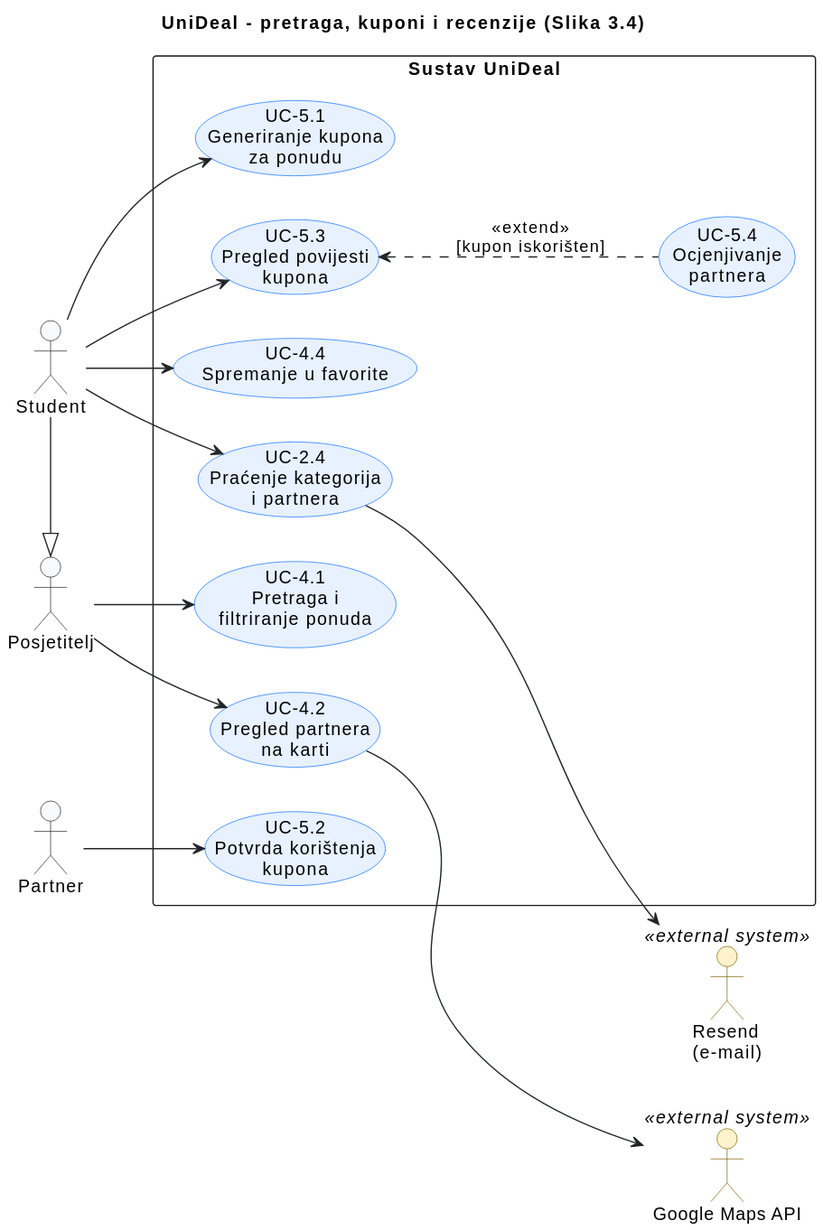
Before: docs/assets/diagrams/3-1-unideal-student-UC.svg, a diagram exported from PlantUML (matejban/UniDeal). Its diagram source:
```plantuml
@startuml
title UniDeal - pretraga, kuponi i recenzije (Slika 3.4)
left to right direction

skinparam shadowing false
skinparam defaultFontName Arial
skinparam ArrowColor #212529

skinparam actor {
    BackgroundColor #F8F9FA
    BorderColor #212529
    BackgroundColor<<external system>> #FFF3CD
    BorderColor<<external system>> #856404
}

skinparam usecase {
    BackgroundColor #E7F1FF
    BorderColor #0D6EFD
}

actor "Posjetitelj" as Visitor
actor "Student" as Student
actor "Partner" as Partner

actor "Google Maps API" as Maps <<external system>>
actor "Resend\n(e-mail)" as Mail <<external system>>

Student -|> Visitor

rectangle "Sustav UniDeal" {
    (UC-4.1\nPretraga i\nfiltriranje ponuda) as UC41
    (UC-4.2\nPregled partnera\nna karti) as UC42
    (UC-4.4\nSpremanje u favorite) as UC44
    (UC-2.4\nPraćenje kategorija\ni partnera) as UC24
    (UC-5.1\nGeneriranje kupona\nza ponudu) as UC51
    (UC-5.3\nPregled povijesti\nkupona) as UC53
    (UC-5.4\nOcjenjivanje\npartnera) as UC54
    (UC-5.2\nPotvrda korištenja\nkupona) as UC52
}

Visitor --> UC41
Visitor --> UC42

Student --> UC44
Student --> UC24
Student --> UC51
Student --> UC53

UC53 <.. UC54 : <<extend>>\n[kupon iskorišten]

Partner --> UC52

UC42 --> Maps
UC24 --> Mail
@enduml
```
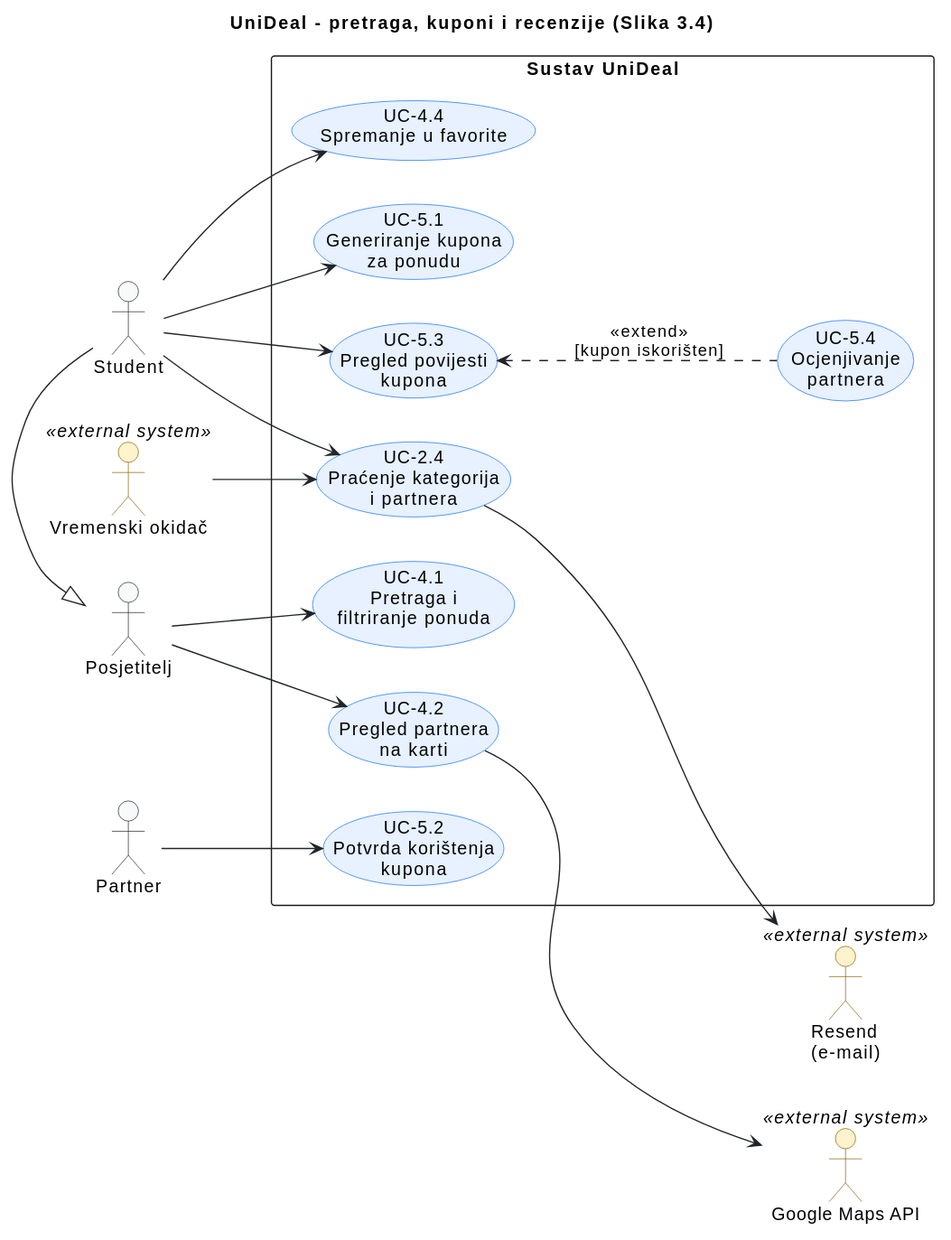
After the commit.

Commit message:
Vremenski okidač kao aktivni akter u dijagramima 3.1

Diff of the diagram source:
```diff
@@ -1,4 +1,6 @@
 @startuml
+
+
 title UniDeal - pretraga, kuponi i recenzije (Slika 3.4)
 left to right direction
 
@@ -22,6 +24,7 @@
 actor "Student" as Student
 actor "Partner" as Partner
 
+actor "Vremenski okidač" as Timer <<external system>>
 actor "Google Maps API" as Maps <<external system>>
 actor "Resend\n(e-mail)" as Mail <<external system>>
 
@@ -50,6 +53,7 @@
 
 Partner --> UC52
 
+Timer --> UC24
+UC24 --> Mail
 UC42 --> Maps
-UC24 --> Mail
 @enduml
```
